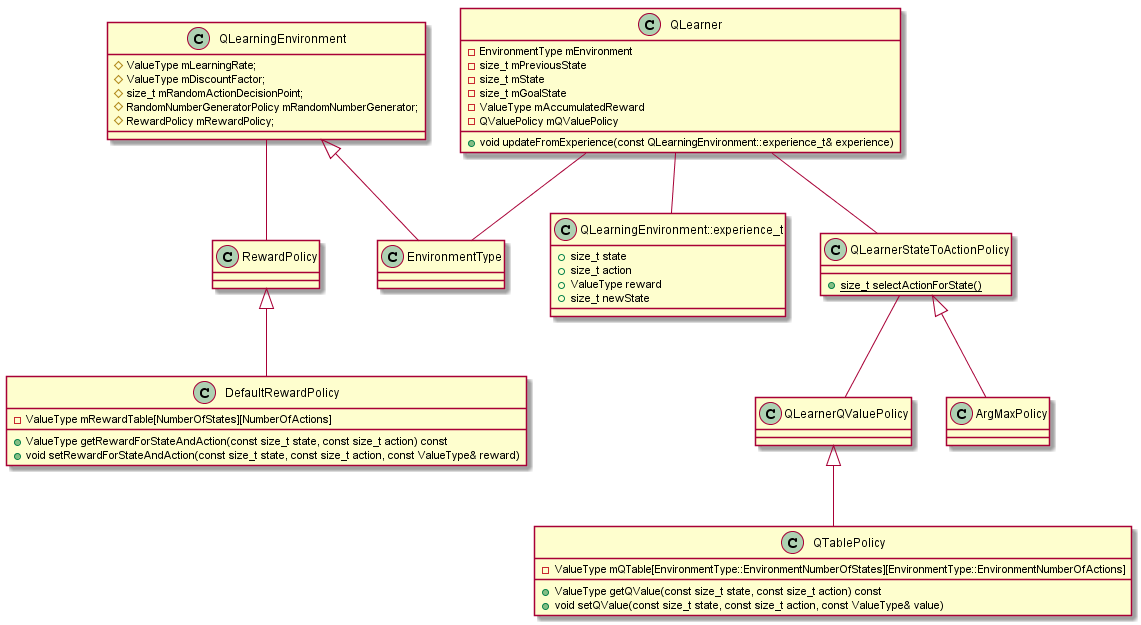
Earlier version of the PlantUML export uml/qlearn/qlearn_class.png (intel/cppnnml).
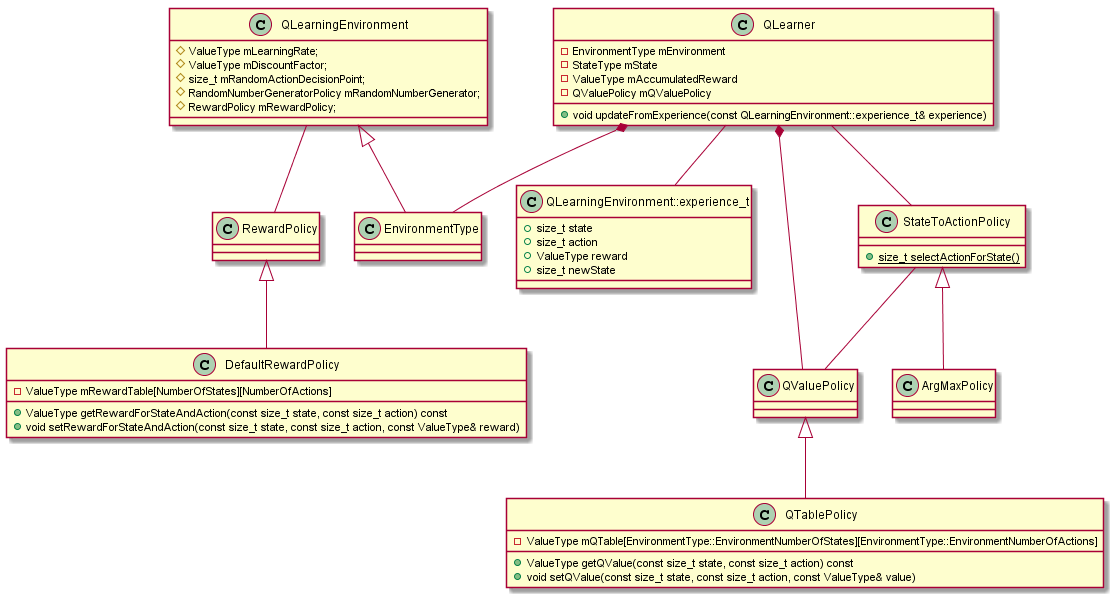
Above is the later version.

The edit, as a diff of the source:
```diff
@@ -5,6 +5,13 @@
     -ValueType mRewardTable[NumberOfStates][NumberOfActions]
 }
 RewardPolicy <|-- DefaultRewardPolicy
+
+class QLearningEnvironment::experience_t {
+    +size_t state
+    +size_t action
+    +ValueType reward
+    +size_t newState
+}
 
 class QLearningEnvironment {
     #ValueType mLearningRate;
@@ -16,25 +23,17 @@
 QLearningEnvironment <|-- EnvironmentType
 QLearningEnvironment -- RewardPolicy
 
-class QLearningEnvironment::experience_t {
-    +size_t state
-    +size_t action
-    +ValueType reward
-    +size_t newState
-}
-
 class QLearner {
     +void updateFromExperience(const QLearningEnvironment::experience_t& experience)
     -EnvironmentType mEnvironment
-    -size_t mPreviousState
-    -size_t mState
-    -size_t mGoalState
+    -StateType mState
     -ValueType mAccumulatedReward
     -QValuePolicy mQValuePolicy
 }
 
-QLearner -- QLearnerStateToActionPolicy
-QLearner -- EnvironmentType
+QLearner -- StateToActionPolicy
+QLearner *-- EnvironmentType
+QLearner *-- QValuePolicy
 QLearner -- QLearningEnvironment::experience_t
 
 class QTablePolicy {
@@ -42,14 +41,14 @@
     +void setQValue(const size_t state, const size_t action, const ValueType& value)
     -ValueType mQTable[EnvironmentType::EnvironmentNumberOfStates][EnvironmentType::EnvironmentNumberOfActions]
 }
-QLearnerQValuePolicy <|-- QTablePolicy
+QValuePolicy <|-- QTablePolicy
 
-class QLearnerStateToActionPolicy {
+class StateToActionPolicy {
     +{static} size_t selectActionForState()
 }
 
-QLearnerStateToActionPolicy <|-- ArgMaxPolicy
+StateToActionPolicy <|-- ArgMaxPolicy
 
-QLearnerStateToActionPolicy -- QLearnerQValuePolicy
+StateToActionPolicy -- QValuePolicy
 
 @enduml
```
